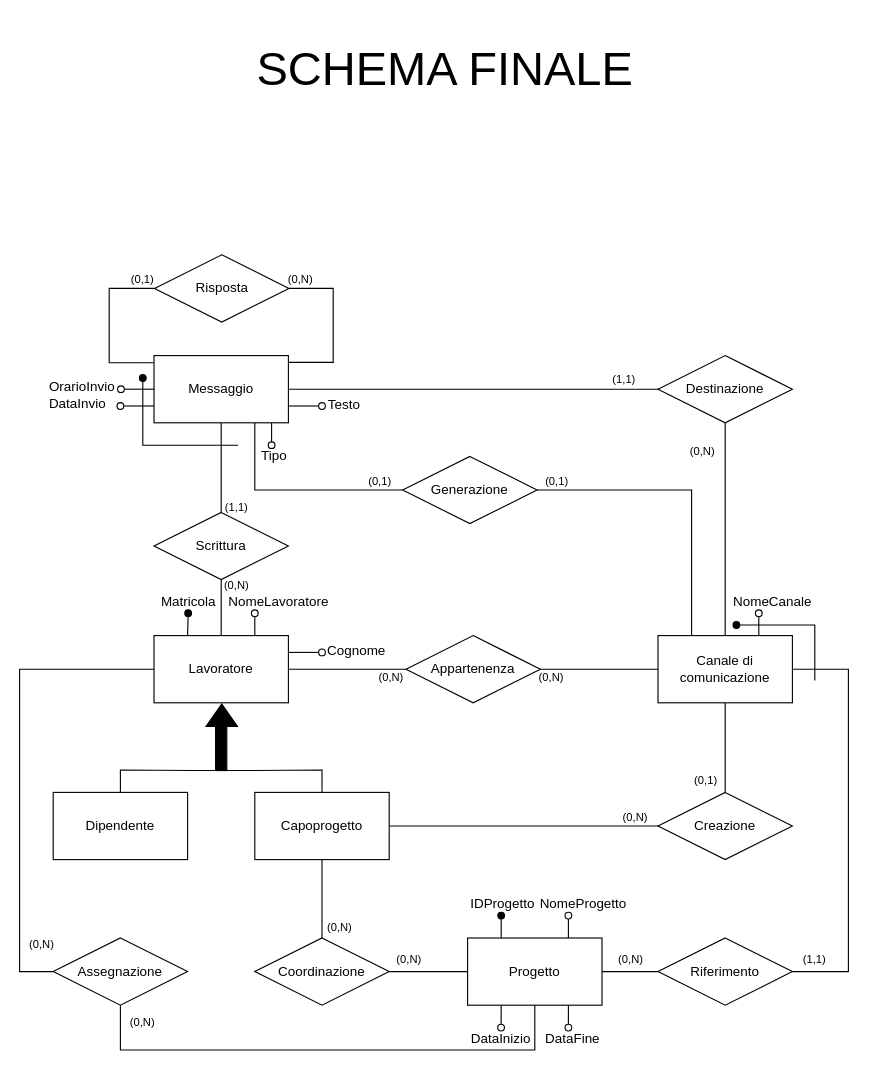
Earlier version of the draw.io diagram page "schema-finale" (4 of 8) of Relazione/Schema ER/scheletro.drawio (martafra/BD-Chat-Multicanale). Source tidied: cells renumbered, new cells numbered last; positions are measured from the earlier drawing's top-left corner, leaving out a move shared by most shapes. Both pictures are drawn from the tidied source at 112%, with x=0, y=0 at pixel (19, 19).
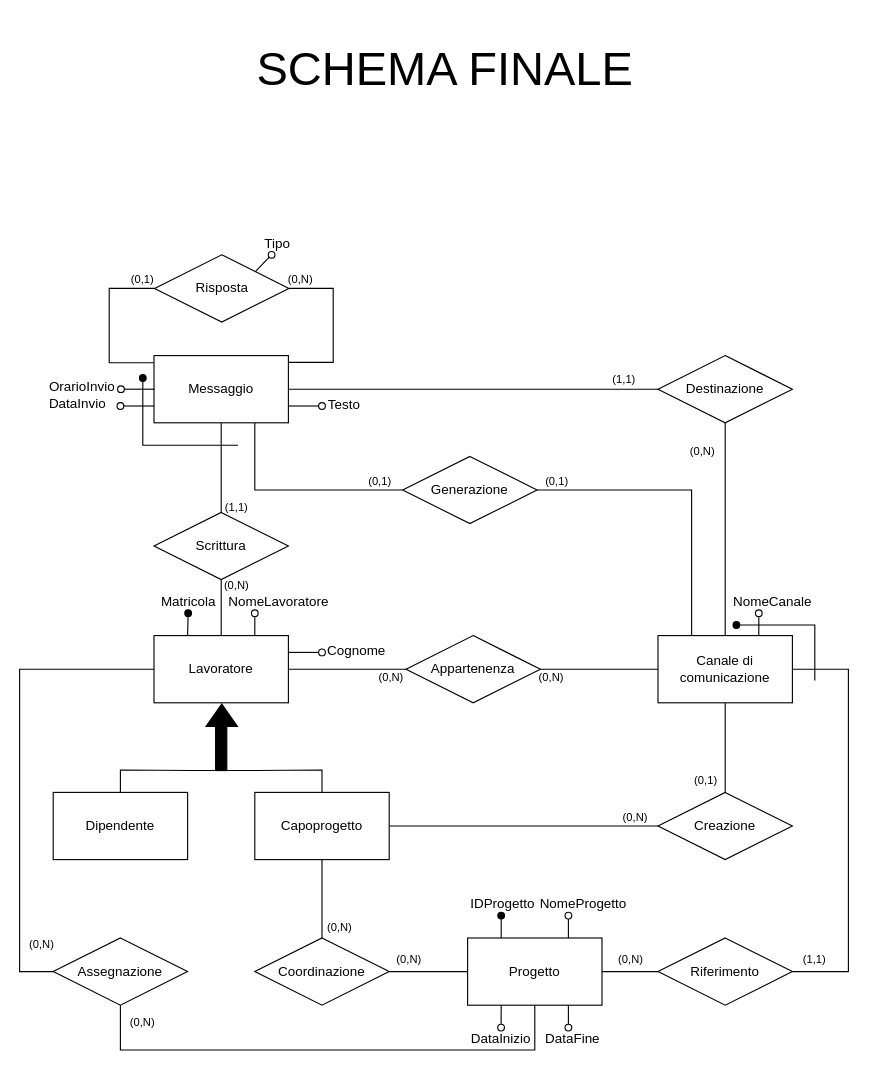
The same diagram, later.

The change refers to these unchanged cells:
```xml
<mxCell id="13" value="Messaggio" style="rounded=0;whiteSpace=wrap;html=1;" parent="1" vertex="1">
  <mxGeometry x="120" y="300" width="120" height="60" as="geometry" />
</mxCell>
<mxCell id="22" value="Risposta" style="shape=rhombus;perimeter=rhombusPerimeter;whiteSpace=wrap;html=1;align=center;" parent="1" vertex="1">
  <mxGeometry x="120.5" y="210" width="120" height="60" as="geometry" />
</mxCell>
```

The edit, as a diff of the source:
```diff
@@
-    <mxCell id="78" style="edgeStyle=orthogonalEdgeStyle;rounded=0;jettySize=auto;html=1;exitX=0.875;exitY=1;exitDx=0;exitDy=0;endArrow=oval;endFill=0;exitPerimeter=0;" parent="1" edge="1" source="13">
+    <mxCell id="78" style="rounded=0;jettySize=auto;html=1;exitX=1;exitY=0;exitDx=0;exitDy=0;endArrow=oval;endFill=0;" parent="1" edge="1" source="22">
       <mxGeometry relative="1" as="geometry">
-        <mxPoint x="225" y="380" as="targetPoint" />
+        <mxPoint x="225" y="210" as="targetPoint" />
       </mxGeometry>
     </mxCell>
     <mxCell id="79" value="Tipo" style="text;html=1;strokeColor=none;fillColor=none;align=center;verticalAlign=middle;whiteSpace=wrap;rounded=0;" parent="1" vertex="1">
-      <mxGeometry x="215" y="380" width="25" height="20" as="geometry" />
+      <mxGeometry x="218.2" y="195" width="25" height="10" as="geometry" />
     </mxCell>
```
